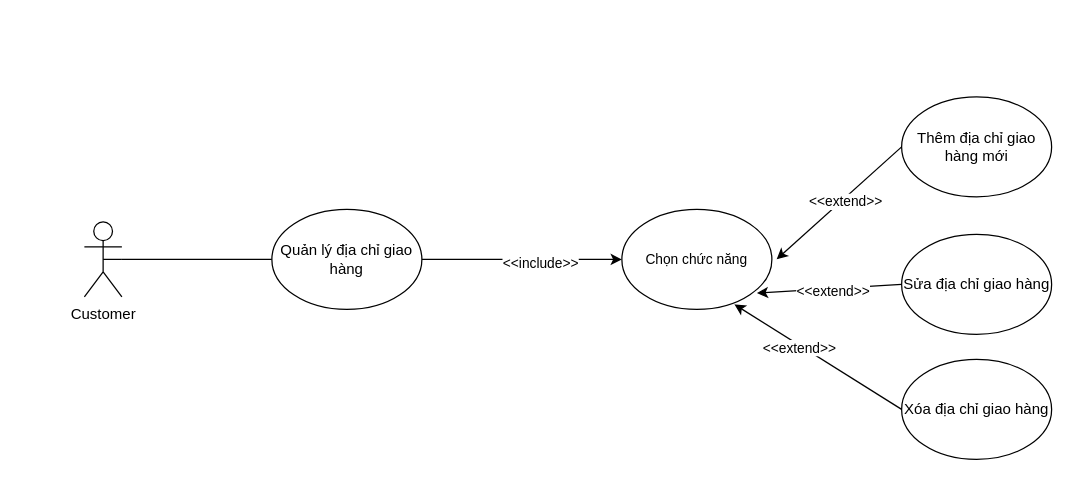
Earlier version of the draw.io diagram page "Quản lý địa chỉ giao hàng" (6 of 25) of Usecase Diagram Bookstore.drawio (KaNguyen3005/Bookstore-System). Source tidied: cells renumbered, new cells numbered last; positions are measured from the earlier drawing's top-left corner, leaving out a move shared by most shapes. Both pictures are drawn from the tidied source at 125%, with x=0, y=0 at pixel (21, 96).
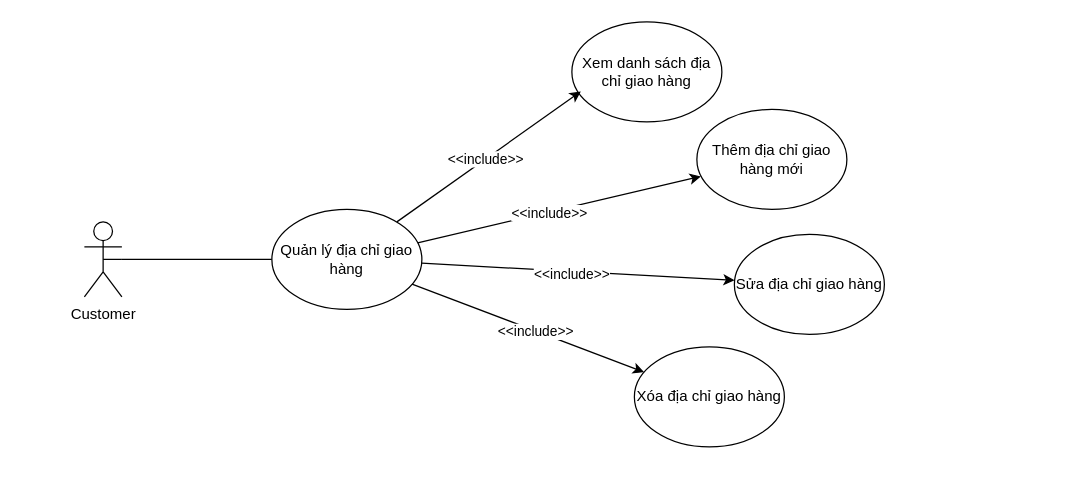
The same page after the edit.

The change refers to these unchanged cells:
```xml
<mxCell id="10" value="Quản lý địa chỉ giao hàng" style="ellipse;whiteSpace=wrap;html=1;" parent="1" vertex="1">
  <mxGeometry x="200" y="90" width="120" height="80" as="geometry" />
</mxCell>
```

What changed in the source:
```diff
@@
-    <mxCell id="4" style="edgeStyle=none;shape=connector;rounded=0;jettySize=auto;html=1;entryX=0;entryY=0.5;entryDx=0;entryDy=0;strokeColor=default;align=center;verticalAlign=middle;fontFamily=Helvetica;fontSize=11;fontColor=default;labelBackgroundColor=default;endArrow=none;endFill=0;startArrow=classic;startFill=1;" parent="1" edge="1" target="17">
-      <mxGeometry relative="1" as="geometry">
-        <mxPoint x="588" y="157" as="sourcePoint" />
-      </mxGeometry>
-    </mxCell>
-    <mxCell id="5" value="&amp;lt;&amp;lt;extend&amp;gt;&amp;gt;" style="edgeLabel;html=1;align=center;verticalAlign=middle;fontFamily=Helvetica;fontSize=11;fontColor=default;labelBackgroundColor=default;rounded=0;strokeColor=default;" parent="4" vertex="1">
-      <mxGeometry x="0.04" y="-2" relative="1" as="geometry" />
-    </mxCell>
-    <mxCell id="6" style="edgeStyle=none;shape=connector;rounded=0;jettySize=auto;html=1;entryX=0;entryY=0.5;entryDx=0;entryDy=0;strokeColor=default;align=center;verticalAlign=middle;fontFamily=Helvetica;fontSize=11;fontColor=default;labelBackgroundColor=default;endArrow=none;endFill=0;startArrow=classic;startFill=1;" parent="1" edge="1" target="18">
-      <mxGeometry relative="1" as="geometry">
-        <mxPoint x="570" y="166" as="sourcePoint" />
-      </mxGeometry>
-    </mxCell>
-    <mxCell id="7" value="&amp;lt;&amp;lt;extend&amp;gt;&amp;gt;" style="edgeLabel;html=1;align=center;verticalAlign=middle;fontFamily=Helvetica;fontSize=11;fontColor=default;labelBackgroundColor=default;rounded=0;strokeColor=default;" parent="6" vertex="1">
-      <mxGeometry x="-0.22" y="-2" relative="1" as="geometry" />
-    </mxCell>
-    <mxCell id="8" style="edgeStyle=none;shape=connector;rounded=0;jettySize=auto;html=1;entryX=0;entryY=0.5;entryDx=0;entryDy=0;strokeColor=default;align=center;verticalAlign=middle;fontFamily=Helvetica;fontSize=11;fontColor=default;labelBackgroundColor=default;endArrow=classic;endFill=1;" parent="1" edge="1" source="10" target="19">
-      <mxGeometry relative="1" as="geometry" />
-    </mxCell>
-    <mxCell id="9" value="&amp;lt;&amp;lt;include&amp;gt;&amp;gt;" style="edgeLabel;html=1;align=center;verticalAlign=middle;fontFamily=Helvetica;fontSize=11;fontColor=default;labelBackgroundColor=default;" parent="8" vertex="1">
-      <mxGeometry x="0.17" y="-2" relative="1" as="geometry" />
-    </mxCell>
@@
     <mxCell id="14" value="Thêm địa chỉ giao hàng mới" style="ellipse;whiteSpace=wrap;html=1;" parent="1" vertex="1">
-      <mxGeometry x="703.8" width="120" height="80" as="geometry" />
+      <mxGeometry x="540" y="10" width="120" height="80" as="geometry" />
     </mxCell>
-    <mxCell id="15" style="edgeStyle=none;shape=connector;rounded=0;jettySize=auto;html=1;entryX=0;entryY=0.5;entryDx=0;entryDy=0;strokeColor=default;align=center;verticalAlign=middle;fontFamily=Helvetica;fontSize=11;fontColor=default;labelBackgroundColor=default;endArrow=none;endFill=0;startArrow=classic;startFill=1;exitX=1;exitY=0.5;exitDx=0;exitDy=0;" parent="1" edge="1" target="14">
-      <mxGeometry relative="1" as="geometry">
-        <mxPoint x="603.8" y="130" as="sourcePoint" />
-      </mxGeometry>
-    </mxCell>
-    <mxCell id="16" value="&amp;lt;&amp;lt;extend&amp;gt;&amp;gt;" style="edgeLabel;html=1;align=center;verticalAlign=middle;fontFamily=Helvetica;fontSize=11;fontColor=default;labelBackgroundColor=default;rounded=0;strokeColor=default;" parent="15" vertex="1">
-      <mxGeometry x="0.07" y="-2" relative="1" as="geometry" />
-    </mxCell>
     <mxCell id="17" value="Sửa địa chỉ giao hàng" style="ellipse;whiteSpace=wrap;html=1;" parent="1" vertex="1">
-      <mxGeometry x="703.8" y="110" width="120" height="80" as="geometry" />
+      <mxGeometry x="570" y="110" width="120" height="80" as="geometry" />
     </mxCell>
     <mxCell id="18" value="Xóa địa chỉ giao hàng" style="ellipse;whiteSpace=wrap;html=1;" parent="1" vertex="1">
-      <mxGeometry x="703.8" y="210" width="120" height="80" as="geometry" />
+      <mxGeometry x="490" y="200" width="120" height="80" as="geometry" />
     </mxCell>
-    <mxCell id="19" value="Chọn chức năng" style="ellipse;whiteSpace=wrap;html=1;fontFamily=Helvetica;fontSize=11;fontColor=default;labelBackgroundColor=default;" parent="1" vertex="1">
-      <mxGeometry x="480" y="90" width="120" height="80" as="geometry" />
-    </mxCell>
+    <mxCell id="20" value="Xem danh sách địa chỉ giao hàng" style="ellipse;whiteSpace=wrap;html=1;" parent="1" vertex="1">
+      <mxGeometry x="440" y="-60" width="120" height="80" as="geometry" />
+    </mxCell>
+    <mxCell id="21" style="endArrow=classic;html=1;rounded=0;entryX=0.06;entryY=0.695;entryDx=0;entryDy=0;entryPerimeter=0;" parent="1" edge="1" target="20">
+      <mxGeometry relative="1" as="geometry">
+        <mxPoint x="300" y="100" as="sourcePoint" />
+      </mxGeometry>
+    </mxCell>
+    <mxCell id="22" value="&amp;lt;&amp;lt;include&amp;gt;&amp;gt;" style="edgeLabel;html=1;align=center;verticalAlign=middle;" parent="21" vertex="1">
+      <mxGeometry x="-0.04" relative="1" as="geometry" />
+    </mxCell>
+    <mxCell id="23" style="endArrow=classic;html=1;rounded=0;entryX=0.027;entryY=0.67;entryDx=0;entryDy=0;entryPerimeter=0;" parent="1" edge="1" source="10" target="14">
+      <mxGeometry relative="1" as="geometry" />
+    </mxCell>
+    <mxCell id="24" value="&amp;lt;&amp;lt;include&amp;gt;&amp;gt;" style="edgeLabel;html=1;align=center;verticalAlign=middle;" parent="23" vertex="1">
+      <mxGeometry x="-0.07" relative="1" as="geometry" />
+    </mxCell>
+    <mxCell id="25" style="endArrow=classic;html=1;rounded=0;" parent="1" edge="1" source="10" target="17">
+      <mxGeometry relative="1" as="geometry" />
+    </mxCell>
+    <mxCell id="26" value="&amp;lt;&amp;lt;include&amp;gt;&amp;gt;" style="edgeLabel;html=1;align=center;verticalAlign=middle;" parent="25" vertex="1">
+      <mxGeometry x="-0.04" y="-2" relative="1" as="geometry" />
+    </mxCell>
+    <mxCell id="27" style="endArrow=classic;html=1;rounded=0;" parent="1" edge="1" source="10" target="18">
+      <mxGeometry relative="1" as="geometry" />
+    </mxCell>
+    <mxCell id="28" value="&amp;lt;&amp;lt;include&amp;gt;&amp;gt;" style="edgeLabel;html=1;align=center;verticalAlign=middle;" parent="27" vertex="1">
+      <mxGeometry x="0.06" relative="1" as="geometry" />
+    </mxCell>
```
